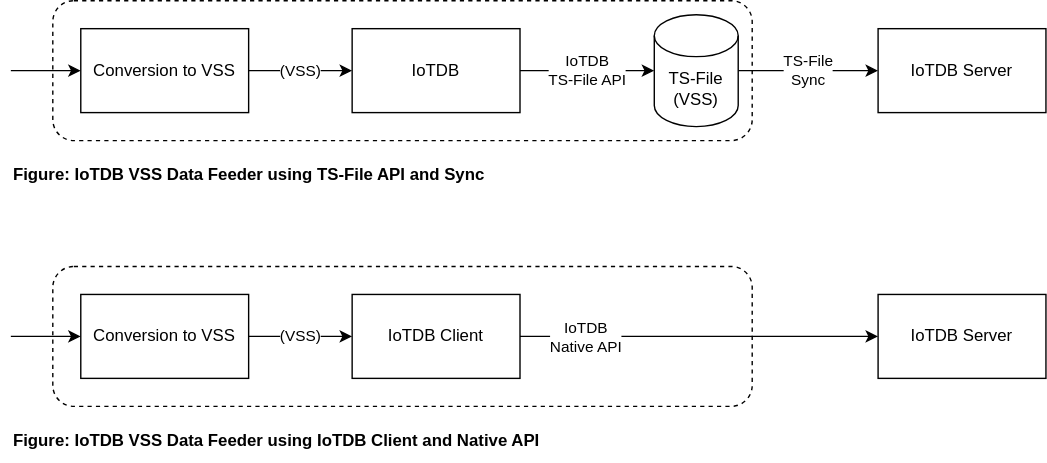
Earlier version of the draw.io export in-vehicle-storage/apache-iotdb/doc/apache-iotdb-data-methods.drawio.svg (slawr/vss-otaku). Source tidied: cells renumbered, new cells last; positions are measured from the earlier drawing's top-left corner, leaving out a move shared by most shapes.
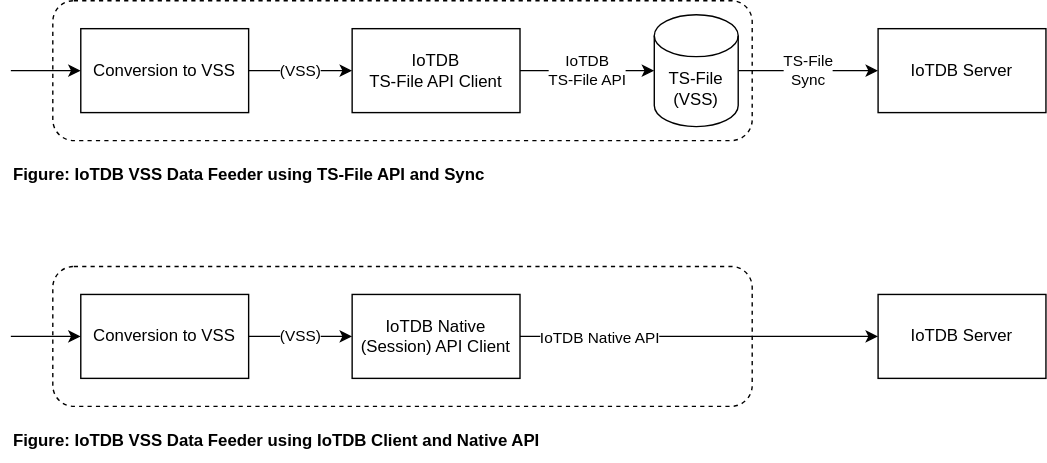
After the commit.

Commit message:
in-vehicle storage: improved data store diagrams

Misc improvements to the VSS Data Store diagrams

The edit, as a diff of the source:
```diff
@@ -26,7 +26,7 @@
     <mxCell id="9" value="IoTDB Server" style="rounded=0;whiteSpace=wrap;html=1;" parent="1" vertex="1">
       <mxGeometry x="620" y="20" width="120" height="60" as="geometry" />
     </mxCell>
-    <mxCell id="10" value="IoTDB" style="whiteSpace=wrap;html=1;rounded=0;" parent="1" vertex="1">
+    <mxCell id="10" value="IoTDB&lt;br&gt;TS-File API Client" style="whiteSpace=wrap;html=1;rounded=0;" parent="1" vertex="1">
       <mxGeometry x="244" y="20" width="120" height="60" as="geometry" />
     </mxCell>
     <mxCell id="11" style="endArrow=classic;html=1;entryX=0;entryY=0.5;entryDx=0;entryDy=0;" parent="1" edge="1" target="5">
@@ -40,9 +40,9 @@
     <mxCell id="13" style="edgeStyle=orthogonalEdgeStyle;html=1;exitX=1;exitY=0.5;exitDx=0;exitDy=0;align=center;entryX=0;entryY=0.5;entryDx=0;entryDy=0;" parent="1" edge="1" source="17" target="21">
       <mxGeometry relative="1" as="geometry" />
     </mxCell>
-    <mxCell id="14" value="IoTDB&lt;br&gt;Native API" style="edgeLabel;html=1;align=center;verticalAlign=middle;" parent="13" vertex="1">
+    <mxCell id="14" value="IoTDB Native API" style="edgeLabel;html=1;align=center;verticalAlign=middle;" parent="13" vertex="1">
       <mxGeometry x="-0.41" y="-1" relative="1" as="geometry">
-        <mxPoint x="-29" y="-1" as="offset" />
+        <mxPoint x="-19" y="-1" as="offset" />
       </mxGeometry>
     </mxCell>
     <mxCell id="15" value="(VSS)" style="edgeStyle=orthogonalEdgeStyle;html=1;" parent="1" edge="1" source="16" target="17">
@@ -51,7 +51,7 @@
     <mxCell id="16" value="Conversion to VSS" style="rounded=0;whiteSpace=wrap;html=1;" parent="1" vertex="1">
       <mxGeometry x="50" y="210" width="120" height="60" as="geometry" />
     </mxCell>
-    <mxCell id="17" value="IoTDB Client" style="whiteSpace=wrap;html=1;rounded=0;" parent="1" vertex="1">
+    <mxCell id="17" value="IoTDB Native&lt;br&gt;(Session) API Client" style="whiteSpace=wrap;html=1;rounded=0;" parent="1" vertex="1">
       <mxGeometry x="244" y="210" width="120" height="60" as="geometry" />
     </mxCell>
     <mxCell id="18" style="endArrow=classic;html=1;entryX=0;entryY=0.5;entryDx=0;entryDy=0;" parent="1" edge="1" target="16">
```
